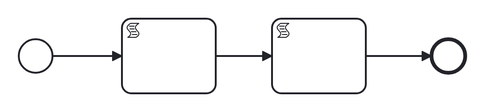
This is conformance/catalog/diagrams/linear-independent.png from pblumer/atlas, a BPMN export, as it was before one commit. Its source is kept beside it as conformance/models/linear-independent.bpmn. Ids are renumbered.
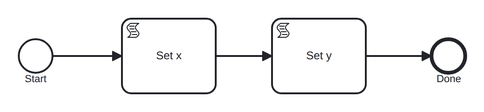
Later version of the same file.

The edit, as a diff of the source:
```diff
@@ -14,18 +14,18 @@
              xmlns:zeebe="http://camunda.org/schema/zeebe/1.0"
              id="defs_linear_independent" targetNamespace="http://atlas/conformance">
   <process id="linear-independent" name="Linear (independent)" isExecutable="true">
-    <startEvent id="start"/>
-    <scriptTask id="set_x">
+    <startEvent id="start" name="Start"/>
+    <scriptTask id="set_x" name="Set x">
       <extensionElements>
         <zeebe:script expression="= 1" resultVariable="x"/>
       </extensionElements>
     </scriptTask>
-    <scriptTask id="set_y">
+    <scriptTask id="set_y" name="Set y">
       <extensionElements>
         <zeebe:script expression="= 2" resultVariable="y"/>
       </extensionElements>
     </scriptTask>
-    <endEvent id="end"/>
+    <endEvent id="end" name="Done"/>
     <sequenceFlow id="f1" sourceRef="start" targetRef="set_x"/>
     <sequenceFlow id="f2" sourceRef="set_x" targetRef="set_y"/>
     <sequenceFlow id="f3" sourceRef="set_y" targetRef="end"/>
```
